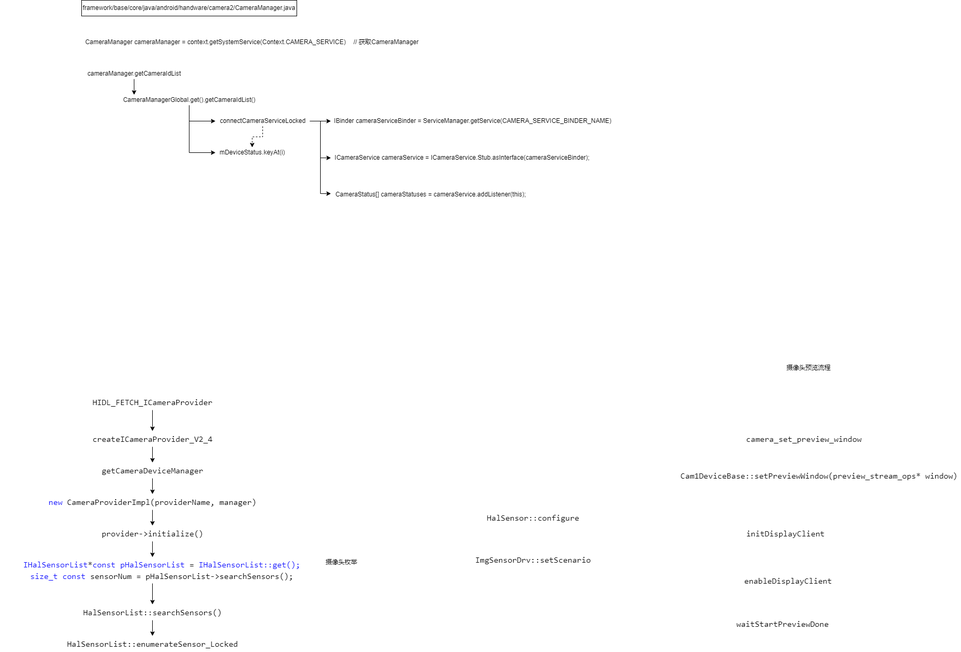
Earlier version of the draw.io export Android camera.png (zhangmeizhen/test2). Source tidied: cells renumbered, new cells last; positions are measured from the earlier drawing's top-left corner, leaving out a move shared by most shapes.
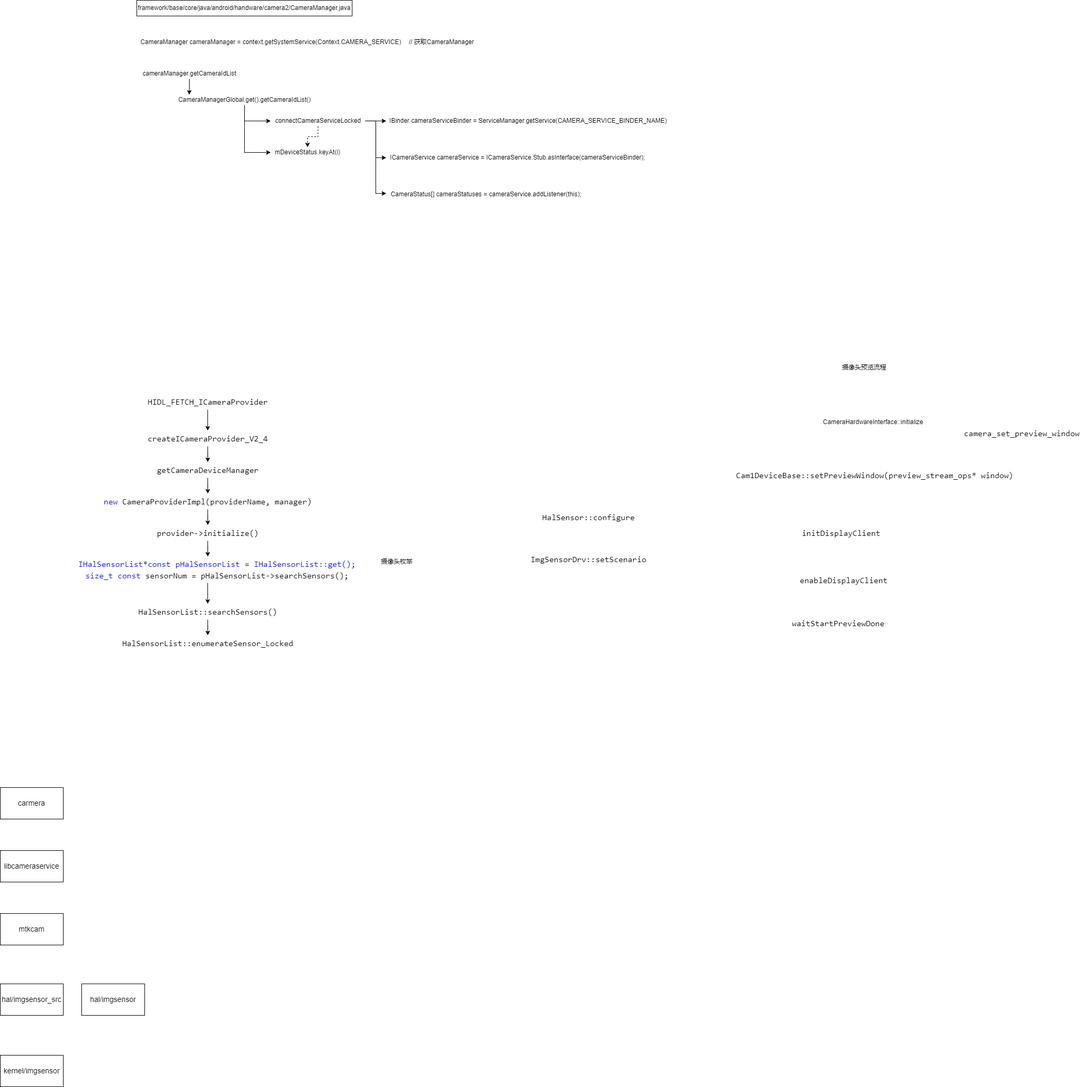
Above is the later version.

Diff of the diagram source:
```diff
@@ -128,7 +128,28 @@
       <mxGeometry x="1401" y="1170" width="200" height="40" as="geometry" />
     </mxCell>
     <mxCell id="42" value="&lt;div style=&quot;background-color: rgb(255, 255, 255); font-family: Consolas, &amp;quot;Courier New&amp;quot;, monospace; font-size: 16px; line-height: 22px;&quot;&gt;camera_set_preview_window&lt;/div&gt;" style="text;html=1;align=center;verticalAlign=middle;strokeColor=none;fillColor=none;" parent="1" vertex="1">
-      <mxGeometry x="1411" y="820" width="240" height="30" as="geometry" />
+      <mxGeometry x="1720" y="810" width="240" height="30" as="geometry" />
     </mxCell>
+    <mxCell id="43" value="CameraHardwareInterface::initialize" style="text;whiteSpace=wrap;html=1;" parent="1" vertex="1">
+      <mxGeometry x="1460" y="790" width="220" height="30" as="geometry" />
+    </mxCell>
+    <mxCell id="44" value="libcameraservice" style="rounded=0;whiteSpace=wrap;html=1;fontSize=14;" parent="1" vertex="1">
+      <mxGeometry x="-105" y="1620" width="120" height="60" as="geometry" />
+    </mxCell>
+    <mxCell id="45" value="mtkcam" style="rounded=0;whiteSpace=wrap;html=1;fontSize=14;" parent="1" vertex="1">
+      <mxGeometry x="-105" y="1740" width="120" height="60" as="geometry" />
+    </mxCell>
+    <mxCell id="46" value="hal/imgsensor_src" style="rounded=0;whiteSpace=wrap;html=1;fontSize=14;" parent="1" vertex="1">
+      <mxGeometry x="-105" y="1874" width="120" height="60" as="geometry" />
+    </mxCell>
+    <mxCell id="47" value="hal/imgsensor" style="whiteSpace=wrap;html=1;fontSize=14;" parent="1" vertex="1">
+      <mxGeometry x="50" y="1874" width="120" height="60" as="geometry" />
+    </mxCell>
+    <mxCell id="48" value="kernel/imgsensor" style="whiteSpace=wrap;html=1;fontSize=14;" parent="1" vertex="1">
+      <mxGeometry x="-105" y="2010" width="120" height="60" as="geometry" />
+    </mxCell>
+    <mxCell id="49" value="carmera" style="rounded=0;whiteSpace=wrap;html=1;fontSize=14;" parent="1" vertex="1">
+      <mxGeometry x="-105" y="1500" width="120" height="60" as="geometry" />
+    </mxCell>
   </root>
 </mxGraphModel>
```
